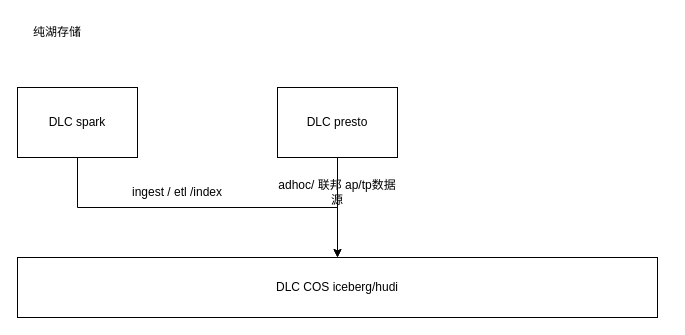
Before: DLC+starrocks.drawio in yuhuali1989/ui, a draw.io diagram. Source tidied: cells renumbered, new cells numbered last; positions are measured from the earlier drawing's top-left corner, leaving out a move shared by most shapes. Both pictures are drawn from the tidied source at 100%, with x=0, y=0 at pixel (17, 17).
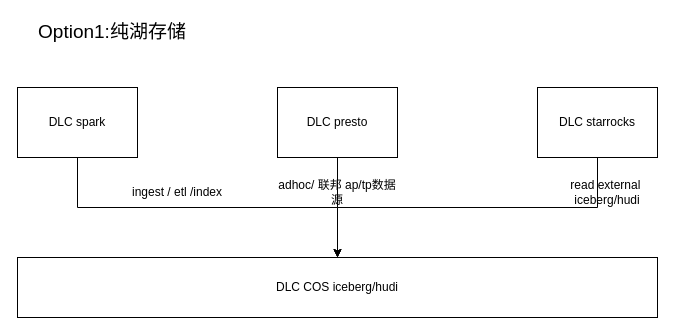
After the change.

Diff of the diagram source:
```diff
@@
 <mxGraphModel>
   <root>
     <mxCell id="0" />
     <mxCell id="1" parent="0" />
-    <mxCell id="2" value="纯湖存储" style="text;html=1;strokeColor=none;fillColor=none;align=center;verticalAlign=middle;whiteSpace=wrap;rounded=0;" parent="1" vertex="1">
-      <mxGeometry x="10" width="60" height="30" as="geometry" />
+    <mxCell id="2" value="Option1:纯湖存储" style="text;html=1;strokeColor=none;fillColor=none;align=center;verticalAlign=middle;whiteSpace=wrap;rounded=0;fontSize=19;" parent="1" vertex="1">
+      <mxGeometry x="10" width="170" height="30" as="geometry" />
     </mxCell>
     <mxCell id="3" style="edgeStyle=orthogonalEdgeStyle;rounded=0;jettySize=auto;html=1;" parent="1" edge="1" source="4" target="5">
       <mxGeometry relative="1" as="geometry" />
     </mxCell>
     <mxCell id="4" value="DLC spark" style="rounded=0;whiteSpace=wrap;html=1;" parent="1" vertex="1">
       <mxGeometry y="70" width="120" height="70" as="geometry" />
     </mxCell>
     <mxCell id="5" value="DLC COS iceberg/hudi" style="rounded=0;whiteSpace=wrap;html=1;" parent="1" vertex="1">
       <mxGeometry y="240" width="640" height="60" as="geometry" />
     </mxCell>
     <mxCell id="6" value="ingest / etl /index" style="text;html=1;strokeColor=none;fillColor=none;align=center;verticalAlign=middle;whiteSpace=wrap;rounded=0;" parent="1" vertex="1">
       <mxGeometry x="100" y="160" width="120" height="30" as="geometry" />
     </mxCell>
     <mxCell id="7" style="edgeStyle=orthogonalEdgeStyle;rounded=0;jettySize=auto;html=1;" parent="1" edge="1" source="8" target="5">
       <mxGeometry relative="1" as="geometry" />
     </mxCell>
     <mxCell id="8" value="DLC presto" style="rounded=0;whiteSpace=wrap;html=1;" parent="1" vertex="1">
       <mxGeometry x="260" y="70" width="120" height="70" as="geometry" />
     </mxCell>
     <mxCell id="9" value="adhoc/ 联邦 ap/tp数据源" style="text;html=1;strokeColor=none;fillColor=none;align=center;verticalAlign=middle;whiteSpace=wrap;rounded=0;" parent="1" vertex="1">
       <mxGeometry x="260" y="160" width="120" height="30" as="geometry" />
     </mxCell>
+    <mxCell id="10" style="edgeStyle=orthogonalEdgeStyle;rounded=0;jettySize=auto;html=1;entryX=0.5;entryY=0;entryDx=0;entryDy=0;" parent="1" edge="1" source="11" target="5">
+      <mxGeometry relative="1" as="geometry" />
+    </mxCell>
+    <mxCell id="11" value="DLC starrocks" style="rounded=0;whiteSpace=wrap;html=1;" parent="1" vertex="1">
+      <mxGeometry x="520" y="70" width="120" height="70" as="geometry" />
+    </mxCell>
+    <mxCell id="12" value="read external&amp;nbsp; iceberg/hudi" style="text;html=1;strokeColor=none;fillColor=none;align=center;verticalAlign=middle;whiteSpace=wrap;rounded=0;" parent="1" vertex="1">
+      <mxGeometry x="530" y="160" width="120" height="30" as="geometry" />
+    </mxCell>
   </root>
 </mxGraphModel>
```
